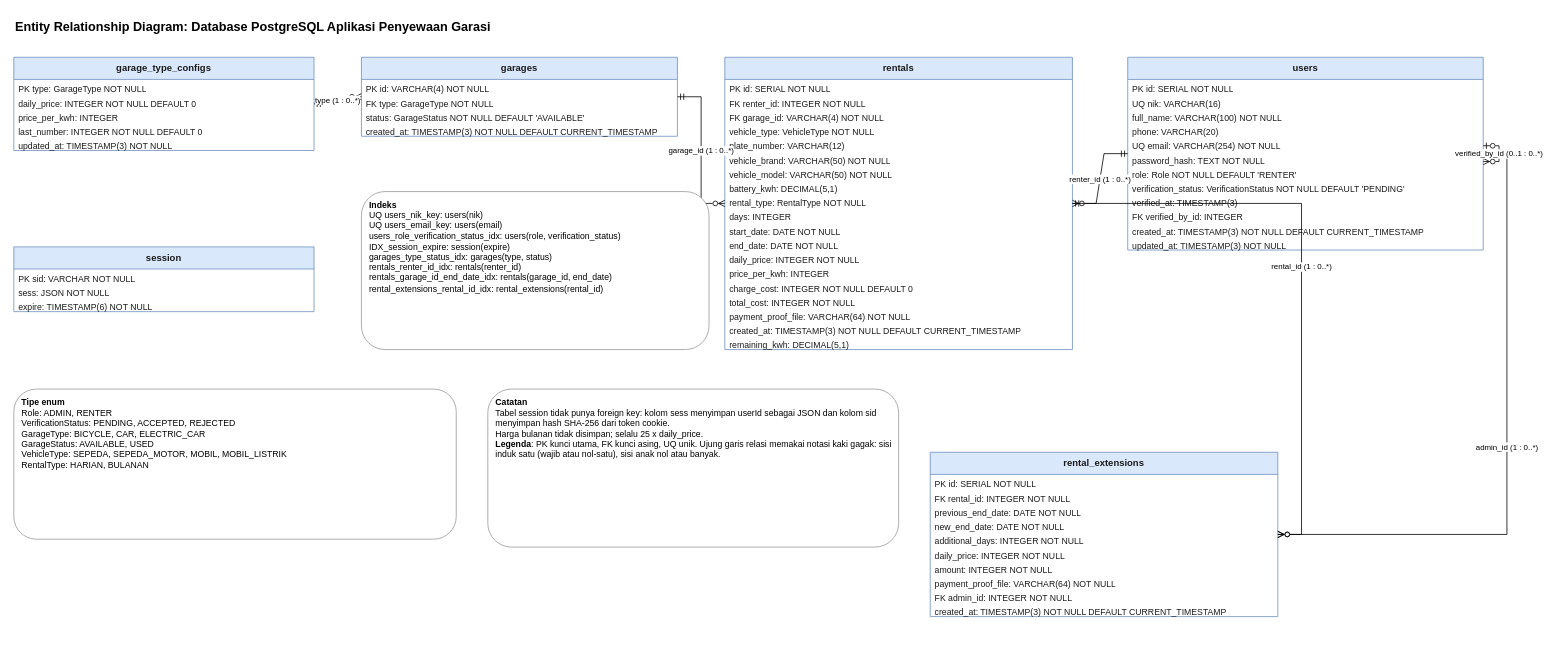
This is docs/diagram/erd.drawio from inikenliii/LSP_KenleyJonathan, a draw.io file, before an edit. Source tidied: cells renumbered, new cells numbered last; positions are measured from the earlier drawing's top-left corner, leaving out a move shared by most shapes. Both pictures are drawn from the tidied source at 79%, with x=0, y=0 at pixel (13, 13).
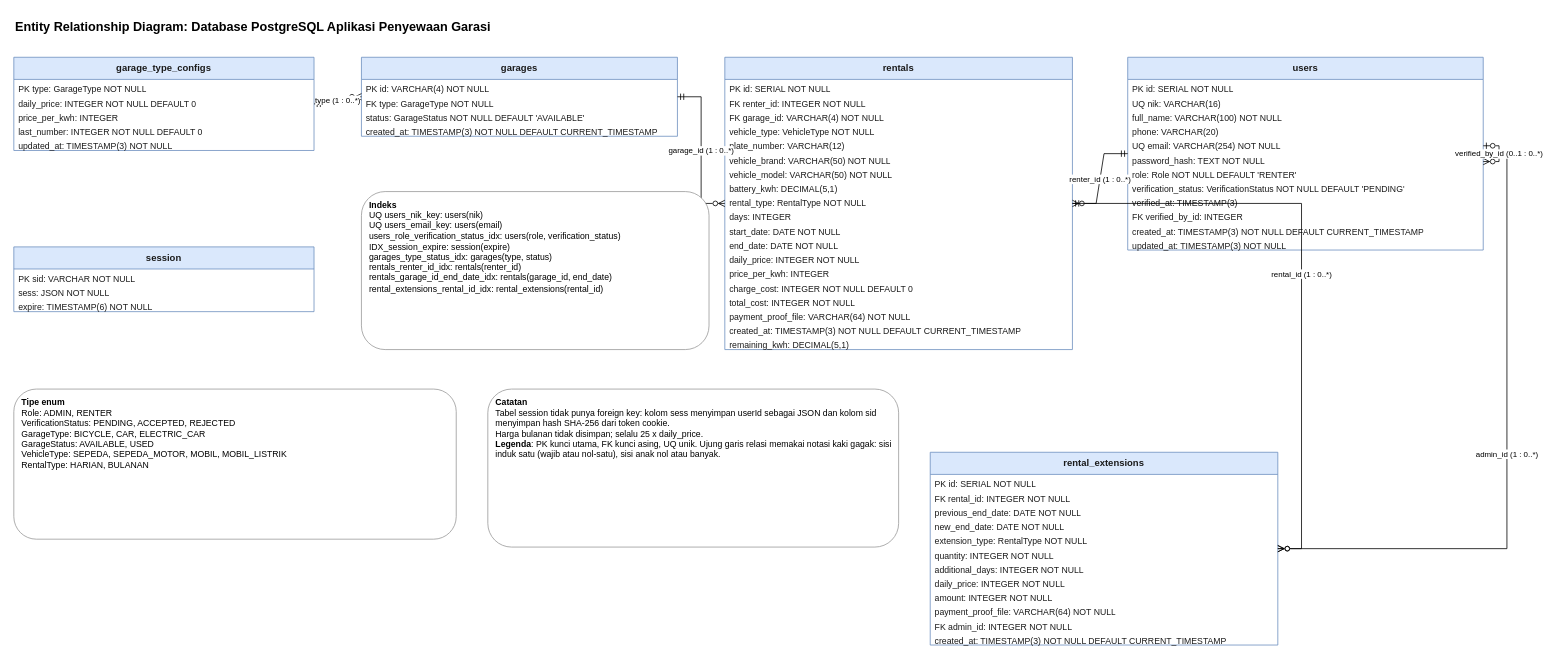
The same page after the edit.

Commit message (it also covers changes not shown here):
docs(quick): perbarui skenario pengujian dan ERD untuk perpanjangan harian atau bulanan

- Judul tes perpanjangan disesuaikan dan lima skenario baru ditambahkan (total 99)
- Ringkasan hasil: 222 tes lulus
- ERD rental_extensions memuat extension_type dan quantity

The edit, as a diff of the source:
```diff
@@
     <mxCell id="51" value="rental_extensions" style="swimlane;fontStyle=1;align=center;verticalAlign=top;horizontal=1;startSize=28;html=1;whiteSpace=wrap;fontSize=12;fillColor=#dae8fc;strokeColor=#6c8ebf;fontColor=#1a1a1a;" parent="1" vertex="1">
-      <mxGeometry x="1160" y="555" width="440" height="208" as="geometry" />
+      <mxGeometry x="1160" y="555" width="440" height="244" as="geometry" />
     </mxCell>
@@
+    <mxCell id="71" value="extension_type: RentalType NOT NULL" style="text;strokeColor=none;fillColor=none;align=left;verticalAlign=top;spacingLeft=4;spacingRight=4;overflow=hidden;whiteSpace=wrap;html=1;fontSize=11;fontColor=#1a1a1a;" parent="51" vertex="1">
+      <mxGeometry y="100" width="440" height="18" as="geometry" />
+    </mxCell>
+    <mxCell id="72" value="quantity: INTEGER NOT NULL" style="text;strokeColor=none;fillColor=none;align=left;verticalAlign=top;spacingLeft=4;spacingRight=4;overflow=hidden;whiteSpace=wrap;html=1;fontSize=11;fontColor=#1a1a1a;" parent="51" vertex="1">
+      <mxGeometry y="118" width="440" height="18" as="geometry" />
+    </mxCell>
     <mxCell id="56" value="additional_days: INTEGER NOT NULL" style="text;strokeColor=none;fillColor=none;align=left;verticalAlign=top;spacingLeft=4;spacingRight=4;overflow=hidden;whiteSpace=wrap;html=1;fontSize=11;fontColor=#1a1a1a;" parent="51" vertex="1">
-      <mxGeometry y="100" width="440" height="18" as="geometry" />
+      <mxGeometry y="136" width="440" height="18" as="geometry" />
     </mxCell>
     <mxCell id="57" value="daily_price: INTEGER NOT NULL" style="text;strokeColor=none;fillColor=none;align=left;verticalAlign=top;spacingLeft=4;spacingRight=4;overflow=hidden;whiteSpace=wrap;html=1;fontSize=11;fontColor=#1a1a1a;" parent="51" vertex="1">
-      <mxGeometry y="118" width="440" height="18" as="geometry" />
+      <mxGeometry y="154" width="440" height="18" as="geometry" />
     </mxCell>
     <mxCell id="58" value="amount: INTEGER NOT NULL" style="text;strokeColor=none;fillColor=none;align=left;verticalAlign=top;spacingLeft=4;spacingRight=4;overflow=hidden;whiteSpace=wrap;html=1;fontSize=11;fontColor=#1a1a1a;" parent="51" vertex="1">
-      <mxGeometry y="136" width="440" height="18" as="geometry" />
+      <mxGeometry y="172" width="440" height="18" as="geometry" />
     </mxCell>
     <mxCell id="59" value="payment_proof_file: VARCHAR(64) NOT NULL" style="text;strokeColor=none;fillColor=none;align=left;verticalAlign=top;spacingLeft=4;spacingRight=4;overflow=hidden;whiteSpace=wrap;html=1;fontSize=11;fontColor=#1a1a1a;" parent="51" vertex="1">
-      <mxGeometry y="154" width="440" height="18" as="geometry" />
+      <mxGeometry y="190" width="440" height="18" as="geometry" />
     </mxCell>
     <mxCell id="60" value="FK admin_id: INTEGER NOT NULL" style="text;strokeColor=none;fillColor=none;align=left;verticalAlign=top;spacingLeft=4;spacingRight=4;overflow=hidden;whiteSpace=wrap;html=1;fontSize=11;fontColor=#1a1a1a;" parent="51" vertex="1">
-      <mxGeometry y="172" width="440" height="18" as="geometry" />
+      <mxGeometry y="208" width="440" height="18" as="geometry" />
     </mxCell>
     <mxCell id="61" value="created_at: TIMESTAMP(3) NOT NULL DEFAULT CURRENT_TIMESTAMP" style="text;strokeColor=none;fillColor=none;align=left;verticalAlign=top;spacingLeft=4;spacingRight=4;overflow=hidden;whiteSpace=wrap;html=1;fontSize=11;fontColor=#1a1a1a;" parent="51" vertex="1">
-      <mxGeometry y="190" width="440" height="18" as="geometry" />
+      <mxGeometry y="226" width="440" height="18" as="geometry" />
     </mxCell>
```
